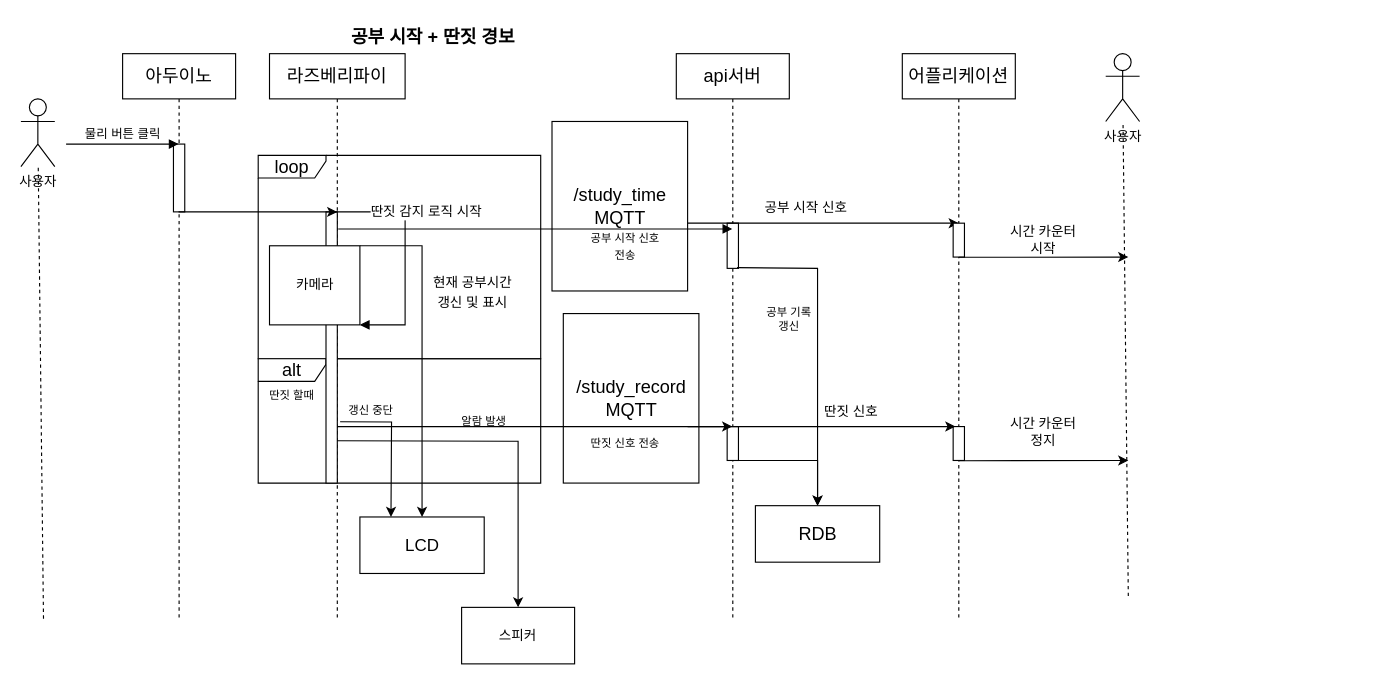
Before: page "공부 시작+딴짓 경보" (3 of 13) of doc/UML.drawio in veryneuron/study_mate_project, a draw.io diagram. Source tidied: cells renumbered, new cells numbered last; positions are measured from the earlier drawing's top-left corner, leaving out a move shared by most shapes. Both pictures are drawn from the tidied source at 113%, with x=0, y=0 at pixel (20, 19).
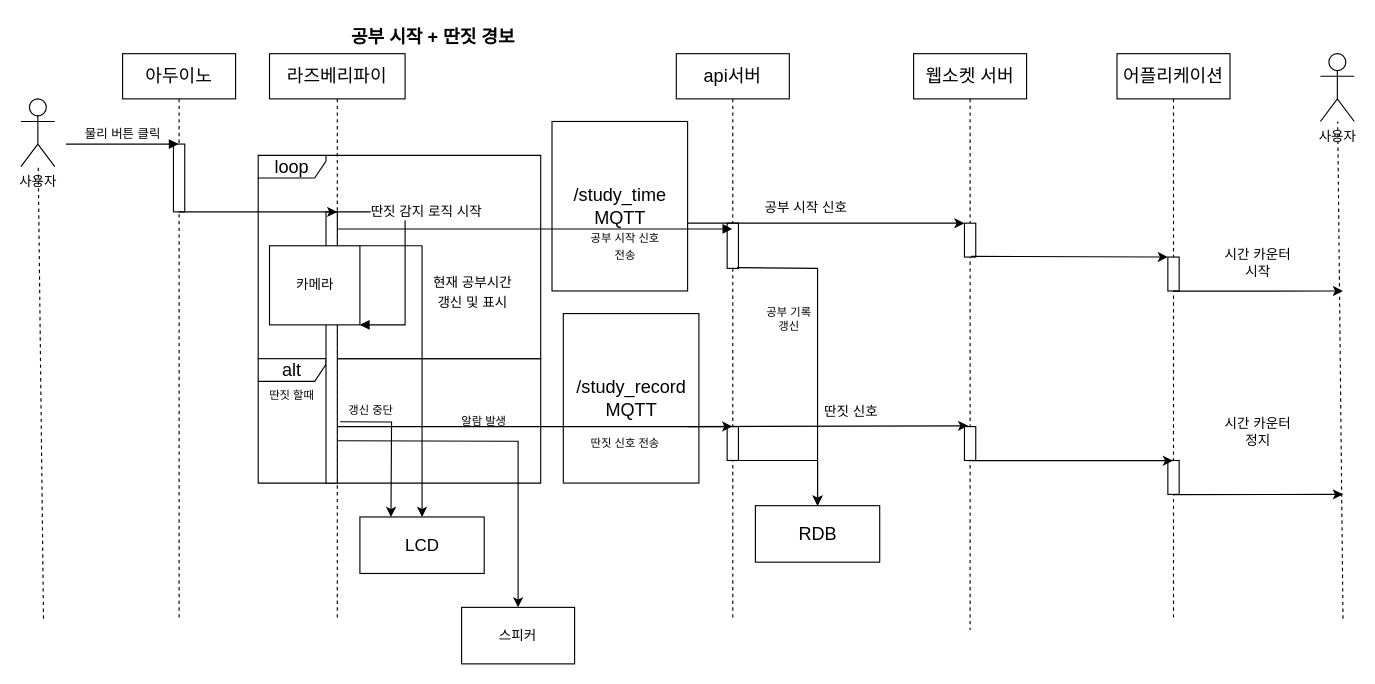
The same diagram, later.

Diff of the diagram source:
```diff
@@
-    <mxCell id="37" style="endArrow=classic;html=1;rounded=0;fontSize=16;" parent="1" edge="1">
+    <mxCell id="37" style="endArrow=classic;html=1;rounded=0;fontSize=16;" parent="1" edge="1" target="52">
       <mxGeometry relative="1" as="geometry">
         <mxPoint x="590" y="180" as="sourcePoint" />
-        <mxPoint x="830" y="180" as="targetPoint" />
       </mxGeometry>
     </mxCell>
     <mxCell id="38" value="어플리케이션" style="shape=umlLifeline;perimeter=lifelinePerimeter;whiteSpace=wrap;html=1;outlineConnect=0;fontSize=16;" parent="1" vertex="1">
-      <mxGeometry x="780" y="30" width="100" height="500" as="geometry" />
+      <mxGeometry x="970" y="30" width="100" height="500" as="geometry" />
     </mxCell>
     <mxCell id="39" style="html=1;points=[];perimeter=orthogonalPerimeter;" parent="38" vertex="1">
-      <mxGeometry x="45" y="150" width="10" height="30" as="geometry" />
+      <mxGeometry x="45" y="180" width="10" height="30" as="geometry" />
     </mxCell>
     <mxCell id="40" style="html=1;perimeter=orthogonalPerimeter;fontSize=16;" parent="38" vertex="1">
-      <mxGeometry x="45" y="330" width="10" height="30" as="geometry" />
+      <mxGeometry x="45" y="360" width="10" height="30" as="geometry" />
     </mxCell>
@@
-    <mxCell id="42" style="endArrow=classic;html=1;rounded=0;fontSize=16;exitX=1.021;exitY=0.623;exitDx=0;exitDy=0;exitPerimeter=0;" parent="1" edge="1">
+    <mxCell id="42" style="endArrow=classic;html=1;rounded=0;fontSize=16;exitX=1.021;exitY=0.623;exitDx=0;exitDy=0;exitPerimeter=0;entryX=0.333;entryY=-0.022;entryDx=0;entryDy=0;entryPerimeter=0;" parent="1" edge="1" target="51">
       <mxGeometry relative="1" as="geometry">
         <mxPoint x="590" y="360" as="sourcePoint" />
-        <mxPoint x="827" y="360" as="targetPoint" />
       </mxGeometry>
     </mxCell>
@@
     <mxCell id="44" value="사용자" style="shape=umlActor;verticalLabelPosition=bottom;verticalAlign=top;html=1;" parent="1" vertex="1">
-      <mxGeometry x="960" y="30" width="30" height="60" as="geometry" />
+      <mxGeometry x="1150" y="30" width="30" height="60" as="geometry" />
     </mxCell>
     <mxCell id="45" style="endArrow=none;dashed=1;html=1;rounded=0;fontSize=10;" parent="1" edge="1" target="44">
       <mxGeometry relative="1" as="geometry">
-        <mxPoint x="980" y="510" as="sourcePoint" />
+        <mxPoint x="1170" y="530" as="sourcePoint" />
       </mxGeometry>
     </mxCell>
     <mxCell id="46" style="endArrow=classic;html=1;rounded=0;fontSize=12;exitX=0.5;exitY=1.006;exitDx=0;exitDy=0;exitPerimeter=0;" parent="1" edge="1" source="39">
       <mxGeometry relative="1" as="geometry">
-        <mxPoint x="980" y="210" as="targetPoint" />
+        <mxPoint x="1170" y="240" as="targetPoint" />
       </mxGeometry>
     </mxCell>
     <mxCell id="47" value="시간 카운터 시작" style="text;html=1;strokeColor=none;fillColor=none;align=center;verticalAlign=middle;whiteSpace=wrap;rounded=0;fontSize=12;" parent="1" vertex="1">
-      <mxGeometry x="870" y="180" width="70" height="30" as="geometry" />
+      <mxGeometry x="1060" y="200" width="70" height="30" as="geometry" />
     </mxCell>
     <mxCell id="48" style="endArrow=classic;html=1;rounded=0;fontSize=12;exitX=0.5;exitY=1.006;exitDx=0;exitDy=0;exitPerimeter=0;" parent="1" edge="1">
       <mxGeometry relative="1" as="geometry">
-        <mxPoint x="830" y="390.2" as="sourcePoint" />
-        <mxPoint x="980" y="390" as="targetPoint" />
+        <mxPoint x="1020" y="420.2" as="sourcePoint" />
+        <mxPoint x="1170" y="420" as="targetPoint" />
       </mxGeometry>
     </mxCell>
     <mxCell id="49" value="시간 카운터 정지" style="text;html=1;strokeColor=none;fillColor=none;align=center;verticalAlign=middle;whiteSpace=wrap;rounded=0;fontSize=12;" parent="1" vertex="1">
-      <mxGeometry x="870" y="350" width="70" height="30" as="geometry" />
+      <mxGeometry x="1060" y="350" width="70" height="30" as="geometry" />
     </mxCell>
+    <mxCell id="50" value="웹소켓 서버" style="shape=umlLifeline;perimeter=lifelinePerimeter;whiteSpace=wrap;html=1;fontSize=16;" parent="1" vertex="1">
+      <mxGeometry x="790" y="30" width="100" height="510" as="geometry" />
+    </mxCell>
+    <mxCell id="51" style="html=1;points=[];perimeter=orthogonalPerimeter;fontSize=10;" parent="50" vertex="1">
+      <mxGeometry x="45" y="330" width="10" height="30" as="geometry" />
+    </mxCell>
+    <mxCell id="52" style="html=1;points=[];perimeter=orthogonalPerimeter;fontSize=10;" parent="50" vertex="1">
+      <mxGeometry x="45" y="150" width="10" height="30" as="geometry" />
+    </mxCell>
+    <mxCell id="53" style="endArrow=classic;html=1;rounded=0;exitX=0.667;exitY=1.006;exitDx=0;exitDy=0;exitPerimeter=0;" parent="1" edge="1" source="51" target="38">
+      <mxGeometry relative="1" as="geometry" />
+    </mxCell>
+    <mxCell id="54" style="endArrow=classic;html=1;rounded=0;fontSize=12;exitX=0.583;exitY=0.978;exitDx=0;exitDy=0;exitPerimeter=0;" parent="1" edge="1" source="52" target="39">
+      <mxGeometry relative="1" as="geometry" />
+    </mxCell>
```
